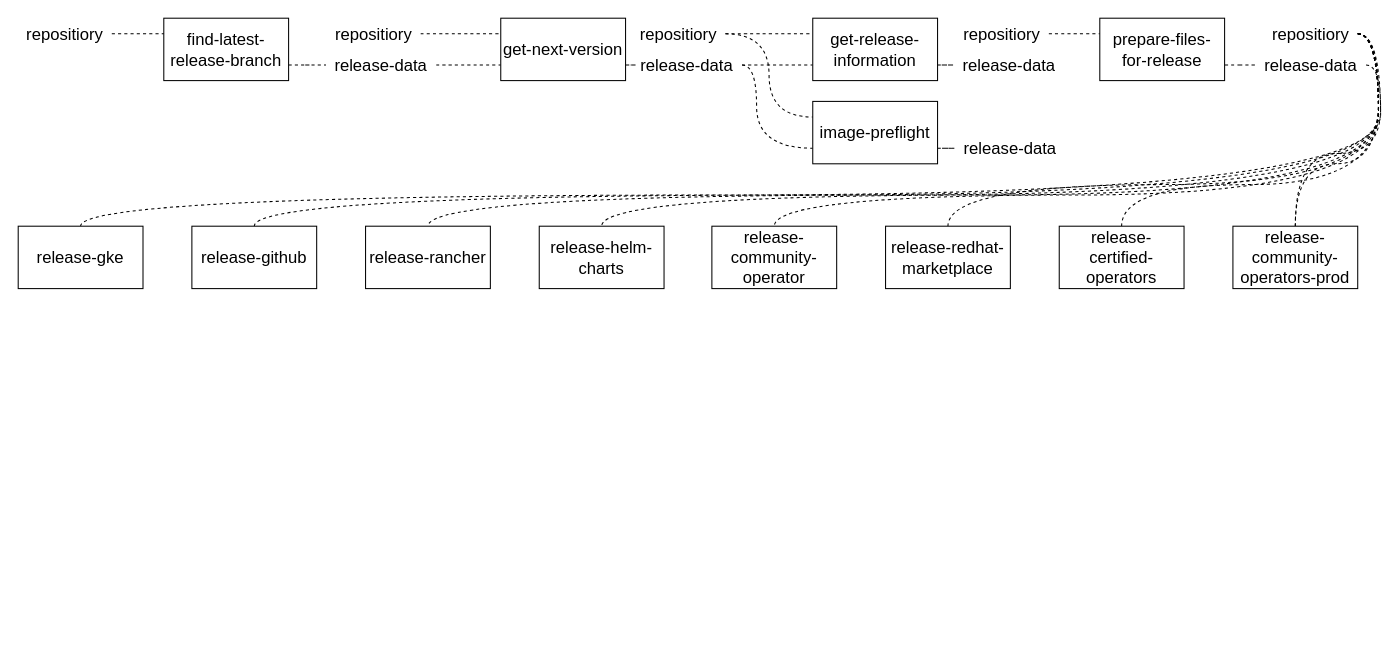
Above: img/implementation/release-pipeline.drawio in meik99/MastersThesis (draw.io), before the change. Source tidied: cells renumbered, new cells numbered last; positions are measured from the earlier drawing's top-left corner, leaving out a move shared by most shapes. Both pictures are drawn from the tidied source at 104%, with x=0, y=0 at pixel (18, 18).
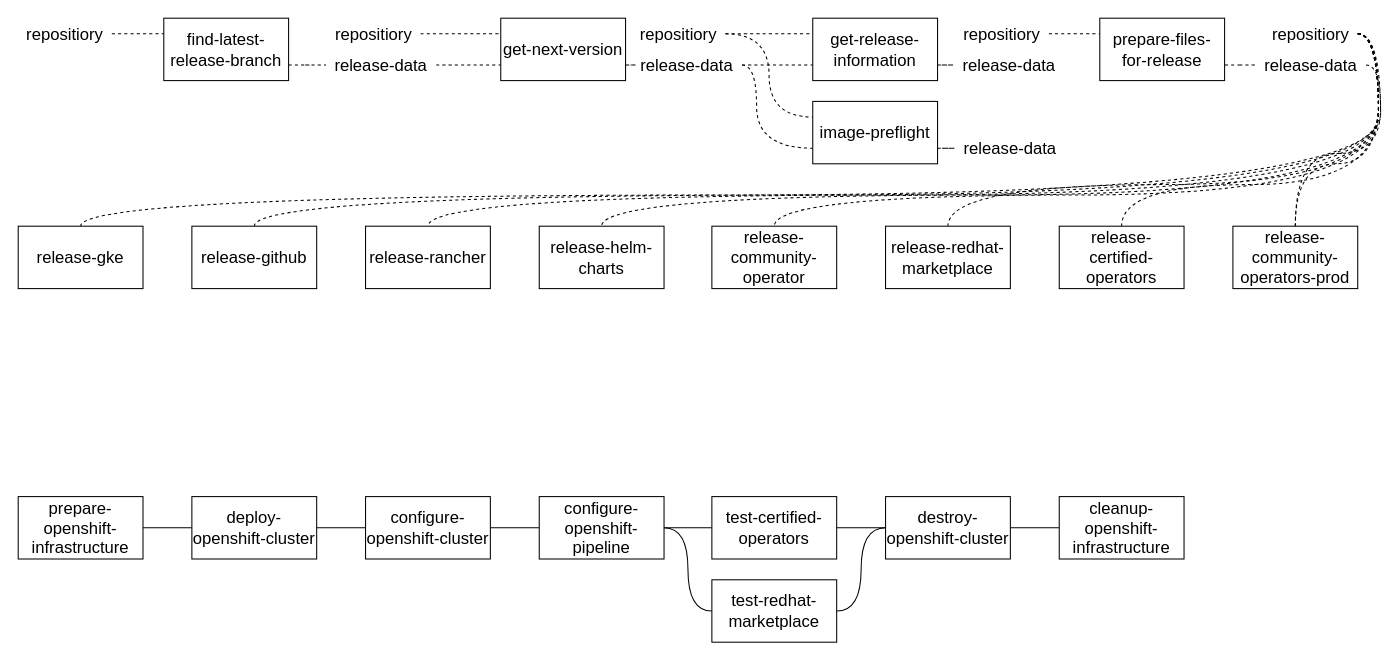
Above is the later version.

Change to the diagram source:
```diff
@@
+    <mxCell id="47" style="edgeStyle=orthogonalEdgeStyle;curved=1;rounded=0;jettySize=auto;html=1;exitX=1;exitY=0.5;exitDx=0;exitDy=0;fontSize=16;endArrow=none;endFill=0;" parent="1" edge="1" source="48" target="50">
+      <mxGeometry relative="1" as="geometry" />
+    </mxCell>
+    <mxCell id="48" value="prepare-openshift-infrastructure" style="rounded=0;whiteSpace=wrap;html=1;fontSize=16;" parent="1" vertex="1">
+      <mxGeometry y="460" width="120" height="60" as="geometry" />
+    </mxCell>
+    <mxCell id="49" style="edgeStyle=orthogonalEdgeStyle;curved=1;rounded=0;jettySize=auto;html=1;exitX=1;exitY=0.5;exitDx=0;exitDy=0;fontSize=16;endArrow=none;endFill=0;" parent="1" edge="1" source="50" target="52">
+      <mxGeometry relative="1" as="geometry" />
+    </mxCell>
+    <mxCell id="50" value="deploy-openshift-cluster" style="rounded=0;whiteSpace=wrap;html=1;fontSize=16;" parent="1" vertex="1">
+      <mxGeometry x="167" y="460" width="120" height="60" as="geometry" />
+    </mxCell>
+    <mxCell id="51" style="edgeStyle=orthogonalEdgeStyle;curved=1;rounded=0;jettySize=auto;html=1;fontSize=16;endArrow=none;endFill=0;" parent="1" edge="1" source="52" target="55">
+      <mxGeometry relative="1" as="geometry" />
+    </mxCell>
+    <mxCell id="52" value="configure-openshift-cluster" style="rounded=0;whiteSpace=wrap;html=1;fontSize=16;" parent="1" vertex="1">
+      <mxGeometry x="334" y="460" width="120" height="60" as="geometry" />
+    </mxCell>
+    <mxCell id="53" style="edgeStyle=orthogonalEdgeStyle;curved=1;rounded=0;jettySize=auto;html=1;fontSize=16;endArrow=none;endFill=0;" parent="1" edge="1" source="55" target="57">
+      <mxGeometry relative="1" as="geometry" />
+    </mxCell>
+    <mxCell id="54" style="edgeStyle=orthogonalEdgeStyle;curved=1;rounded=0;jettySize=auto;html=1;entryX=0;entryY=0.5;entryDx=0;entryDy=0;fontSize=16;endArrow=none;endFill=0;" parent="1" edge="1" source="55" target="59">
+      <mxGeometry relative="1" as="geometry" />
+    </mxCell>
+    <mxCell id="55" value="configure-openshift-pipeline" style="rounded=0;whiteSpace=wrap;html=1;fontSize=16;" parent="1" vertex="1">
+      <mxGeometry x="501" y="460" width="120" height="60" as="geometry" />
+    </mxCell>
+    <mxCell id="56" style="edgeStyle=orthogonalEdgeStyle;curved=1;rounded=0;jettySize=auto;html=1;fontSize=16;endArrow=none;endFill=0;" parent="1" edge="1" source="57" target="61">
+      <mxGeometry relative="1" as="geometry" />
+    </mxCell>
+    <mxCell id="57" value="test-certified-operators" style="rounded=0;whiteSpace=wrap;html=1;fontSize=16;" parent="1" vertex="1">
+      <mxGeometry x="667" y="460" width="120" height="60" as="geometry" />
+    </mxCell>
+    <mxCell id="58" style="edgeStyle=orthogonalEdgeStyle;curved=1;rounded=0;jettySize=auto;html=1;entryX=0;entryY=0.5;entryDx=0;entryDy=0;fontSize=16;endArrow=none;endFill=0;" parent="1" edge="1" source="59" target="61">
+      <mxGeometry relative="1" as="geometry" />
+    </mxCell>
+    <mxCell id="59" value="test-redhat-marketplace" style="rounded=0;whiteSpace=wrap;html=1;fontSize=16;" parent="1" vertex="1">
+      <mxGeometry x="667" y="540" width="120" height="60" as="geometry" />
+    </mxCell>
+    <mxCell id="60" style="edgeStyle=orthogonalEdgeStyle;curved=1;rounded=0;jettySize=auto;html=1;fontSize=16;endArrow=none;endFill=0;" parent="1" edge="1" source="61" target="62">
+      <mxGeometry relative="1" as="geometry" />
+    </mxCell>
+    <mxCell id="61" value="destroy-openshift-cluster" style="rounded=0;whiteSpace=wrap;html=1;fontSize=16;" parent="1" vertex="1">
+      <mxGeometry x="834" y="460" width="120" height="60" as="geometry" />
+    </mxCell>
+    <mxCell id="62" value="cleanup-openshift-infrastructure" style="rounded=0;whiteSpace=wrap;html=1;fontSize=16;" parent="1" vertex="1">
+      <mxGeometry x="1001" y="460" width="120" height="60" as="geometry" />
+    </mxCell>
```
